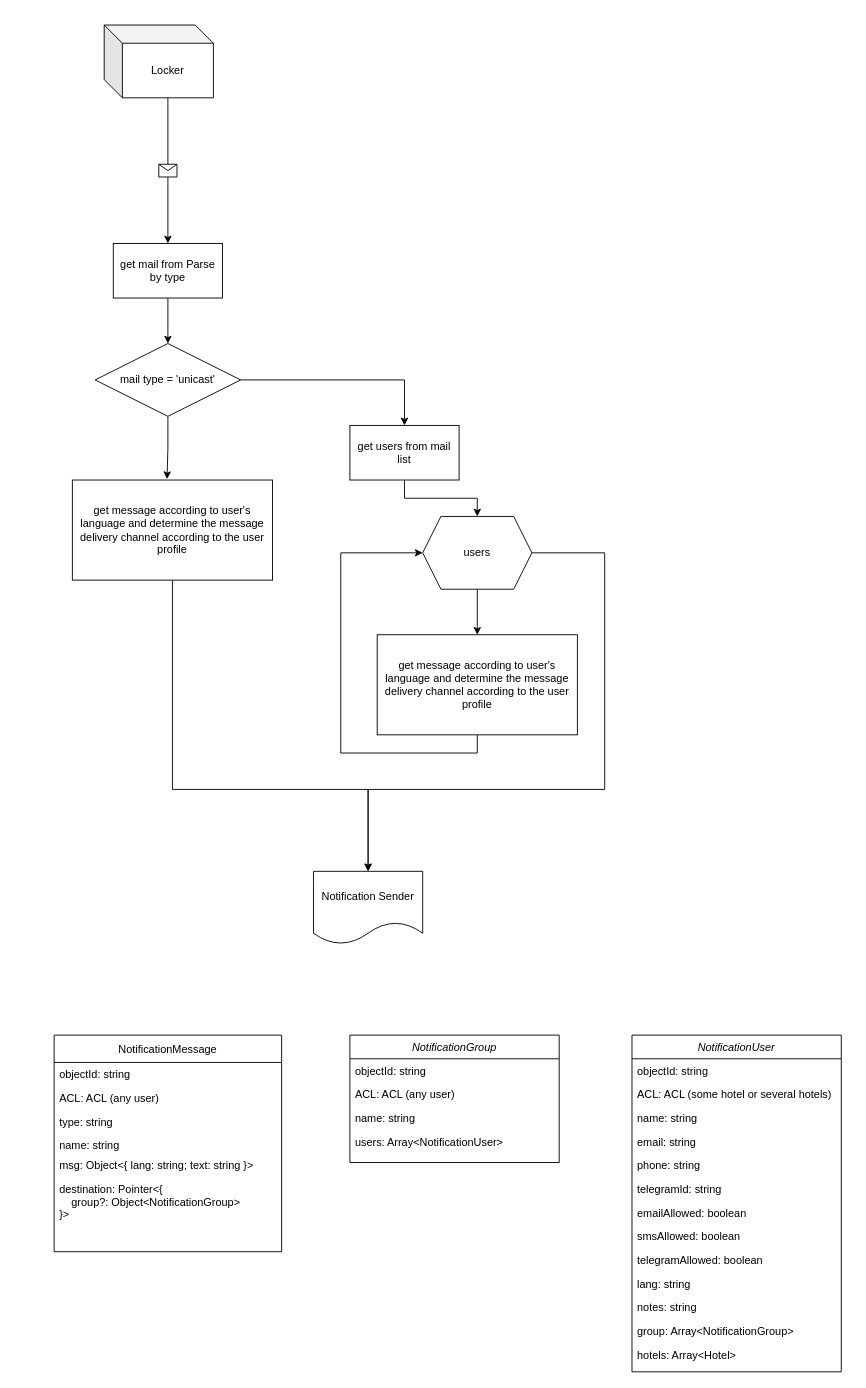
Before: page "Notification Manager" (2 of 2) of diagram.drawio in akrnv25/hotel-notifications, a draw.io diagram. Source tidied: cells renumbered, new cells numbered last; positions are measured from the earlier drawing's top-left corner, leaving out a move shared by most shapes. Both pictures are drawn from the tidied source at 91%, with x=0, y=0 at pixel (54, 25).
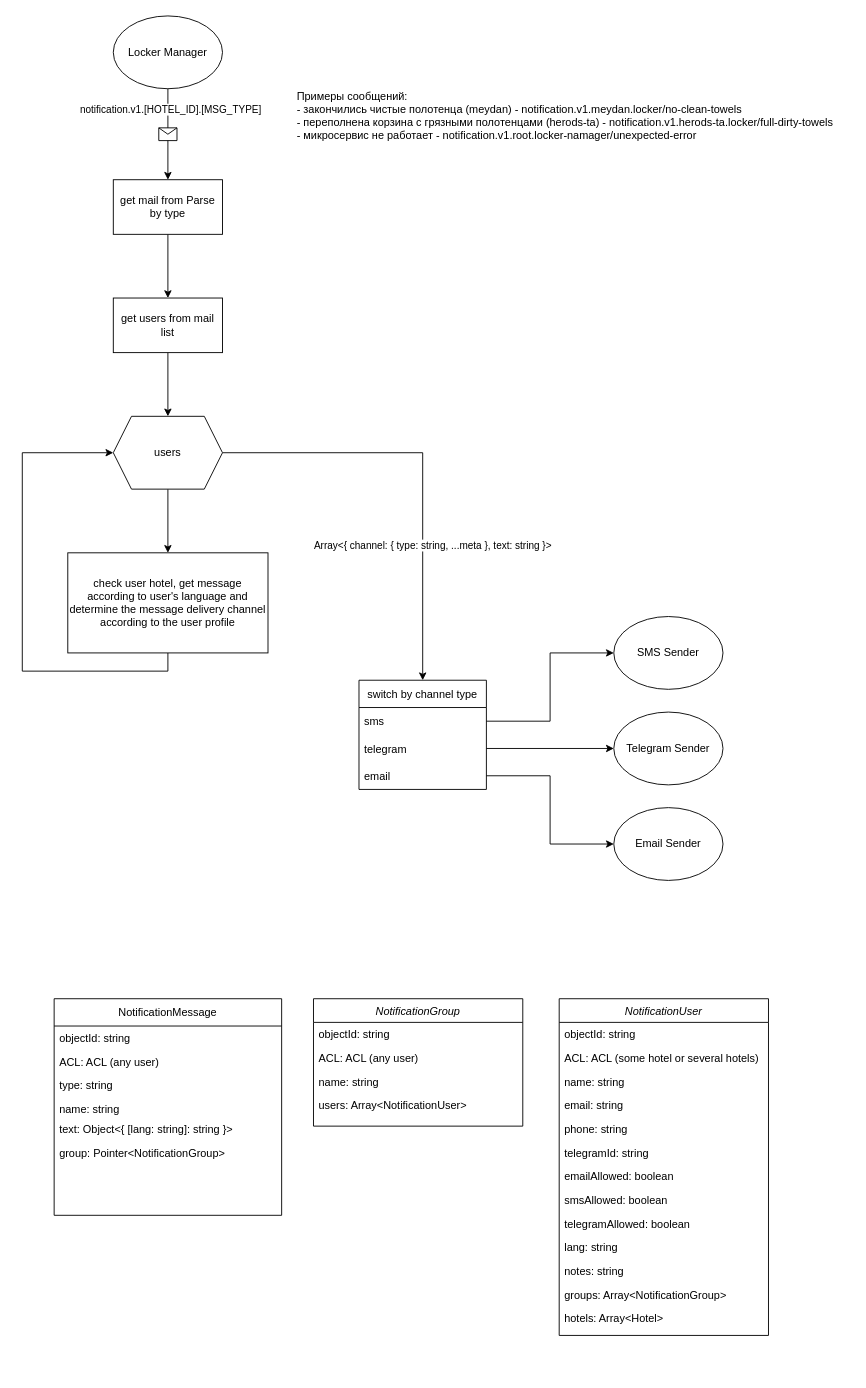
The same diagram, later.

The edit, as a diff of the source:
```diff
@@
-    <mxCell id="2" value="Locker" style="shape=cube;whiteSpace=wrap;html=1;boundedLbl=1;backgroundOutline=1;darkOpacity=0.05;darkOpacity2=0.1;" parent="1" vertex="1">
-      <mxGeometry x="55" width="120" height="80" as="geometry" />
-    </mxCell>
-    <mxCell id="3" style="endArrow=classic;html=1;rounded=0;exitX=0;exitY=0;exitDx=70;exitDy=80;exitPerimeter=0;entryX=0.5;entryY=0;entryDx=0;entryDy=0;" parent="1" edge="1" source="2" target="13">
+    <mxCell id="3" style="endArrow=classic;html=1;rounded=0;exitX=0.5;exitY=1;exitDx=0;exitDy=0;entryX=0.5;entryY=0;entryDx=0;entryDy=0;" parent="1" edge="1" source="50" target="13">
       <mxGeometry relative="1" as="geometry" />
     </mxCell>
@@
+    <mxCell id="46" value="notification.v1.[HOTEL_ID].[MSG_TYPE]" style="edgeLabel;html=1;align=center;verticalAlign=middle;" parent="3" vertex="1">
+      <mxGeometry x="-0.56" y="2" relative="1" as="geometry" />
+    </mxCell>
     <mxCell id="5" value="NotificationMessage" style="swimlane;fontStyle=0;horizontal=1;startSize=30;" parent="1" vertex="1">
-      <mxGeometry y="1110" width="250" height="238" as="geometry" />
+      <mxGeometry y="1070" width="250" height="238" as="geometry" />
     </mxCell>
@@
-    <mxCell id="10" value="msg: Object&lt;{ lang: string; text: string }&gt;" style="text;align=left;verticalAlign=top;spacingLeft=4;spacingRight=4;overflow=hidden;rounded=0;shadow=0;html=0;" parent="5" vertex="1">
+    <mxCell id="10" value="text: Object&lt;{ [lang: string]: string }&gt;" style="text;align=left;verticalAlign=top;spacingLeft=4;spacingRight=4;overflow=hidden;rounded=0;shadow=0;html=0;" parent="5" vertex="1">
       <mxGeometry y="130" width="250" height="26" as="geometry" />
     </mxCell>
-    <mxCell id="11" value="destination: Pointer&lt;{&#10;    group?: Object&lt;NotificationGroup&gt;&#10;}&gt;" style="text;align=left;verticalAlign=top;spacingLeft=4;spacingRight=4;overflow=hidden;rounded=0;shadow=0;html=0;" parent="5" vertex="1">
+    <mxCell id="11" value="group: Pointer&lt;NotificationGroup&gt;" style="text;align=left;verticalAlign=top;spacingLeft=4;spacingRight=4;overflow=hidden;rounded=0;shadow=0;html=0;" parent="5" vertex="1">
       <mxGeometry y="156" width="250" height="82" as="geometry" />
     </mxCell>
-    <mxCell id="12" style="edgeStyle=orthogonalEdgeStyle;rounded=0;jettySize=auto;html=1;exitX=0.5;exitY=1;exitDx=0;exitDy=0;entryX=0.5;entryY=0;entryDx=0;entryDy=0;" parent="1" edge="1" source="13" target="16">
+    <mxCell id="12" style="edgeStyle=orthogonalEdgeStyle;rounded=0;jettySize=auto;html=1;exitX=0.5;exitY=1;exitDx=0;exitDy=0;entryX=0.5;entryY=0;entryDx=0;entryDy=0;" parent="1" edge="1" source="13" target="18">
       <mxGeometry relative="1" as="geometry" />
     </mxCell>
     <mxCell id="13" value="get mail from Parse by type" style="rounded=0;whiteSpace=wrap;html=1;" parent="1" vertex="1">
-      <mxGeometry x="65" y="240" width="120" height="60" as="geometry" />
+      <mxGeometry x="65" y="170" width="120" height="60" as="geometry" />
     </mxCell>
-    <mxCell id="14" style="edgeStyle=orthogonalEdgeStyle;rounded=0;jettySize=auto;html=1;exitX=0.5;exitY=1;exitDx=0;exitDy=0;entryX=0.473;entryY=-0.009;entryDx=0;entryDy=0;entryPerimeter=0;" parent="1" edge="1" source="16" target="25">
-      <mxGeometry relative="1" as="geometry" />
-    </mxCell>
-    <mxCell id="15" style="edgeStyle=orthogonalEdgeStyle;rounded=0;jettySize=auto;html=1;exitX=1;exitY=0.5;exitDx=0;exitDy=0;" parent="1" edge="1" source="16" target="18">
-      <mxGeometry relative="1" as="geometry" />
-    </mxCell>
-    <mxCell id="16" value="mail type = 'unicast'" style="rhombus;whiteSpace=wrap;html=1;" parent="1" vertex="1">
-      <mxGeometry x="45" y="350" width="160" height="80" as="geometry" />
-    </mxCell>
@@
     <mxCell id="18" value="get users from mail list" style="rounded=0;whiteSpace=wrap;html=1;" parent="1" vertex="1">
-      <mxGeometry x="325" y="440" width="120" height="60" as="geometry" />
+      <mxGeometry x="65" y="300" width="120" height="60" as="geometry" />
     </mxCell>
@@
-    <mxCell id="20" style="edgeStyle=orthogonalEdgeStyle;rounded=0;jettySize=auto;html=1;exitX=1;exitY=0.5;exitDx=0;exitDy=0;entryX=0.5;entryY=0;entryDx=0;entryDy=0;" parent="1" edge="1" source="21" target="26">
-      <mxGeometry relative="1" as="geometry">
-        <Array as="points">
-          <mxPoint x="605" y="580" />
-          <mxPoint x="605" y="840" />
-          <mxPoint x="345" y="840" />
-        </Array>
-      </mxGeometry>
-    </mxCell>
+    <mxCell id="47" style="edgeStyle=orthogonalEdgeStyle;rounded=0;jettySize=auto;html=1;exitX=1;exitY=0.5;exitDx=0;exitDy=0;entryX=0.5;entryY=0;entryDx=0;entryDy=0;" parent="1" edge="1" source="21" target="51">
+      <mxGeometry relative="1" as="geometry" />
+    </mxCell>
+    <mxCell id="48" value="Array&amp;lt;{ channel: { type: string, ...meta }, text: string }&amp;gt;" style="edgeLabel;html=1;align=center;verticalAlign=middle;" parent="47" vertex="1">
+      <mxGeometry x="0.2" y="-1" relative="1" as="geometry">
+        <mxPoint x="11" y="39" as="offset" />
+      </mxGeometry>
+    </mxCell>
     <mxCell id="21" value="users" style="shape=hexagon;perimeter=hexagonPerimeter2;whiteSpace=wrap;html=1;fixedSize=1;" parent="1" vertex="1">
-      <mxGeometry x="405" y="540" width="120" height="80" as="geometry" />
+      <mxGeometry x="65" y="430" width="120" height="80" as="geometry" />
     </mxCell>
     <mxCell id="22" style="edgeStyle=orthogonalEdgeStyle;rounded=0;jettySize=auto;html=1;exitX=0.5;exitY=1;exitDx=0;exitDy=0;entryX=0;entryY=0.5;entryDx=0;entryDy=0;" parent="1" edge="1" source="23" target="21">
       <mxGeometry relative="1" as="geometry">
         <Array as="points">
-          <mxPoint x="465" y="800" />
-          <mxPoint x="315" y="800" />
-          <mxPoint x="315" y="580" />
+          <mxPoint x="125" y="710" />
+          <mxPoint x="-35" y="710" />
+          <mxPoint x="-35" y="470" />
         </Array>
       </mxGeometry>
     </mxCell>
-    <mxCell id="23" value="get message according to user's language and determine the message delivery channel according to the user profile" style="rounded=0;whiteSpace=wrap;html=1;" parent="1" vertex="1">
-      <mxGeometry x="355" y="670" width="220" height="110" as="geometry" />
+    <mxCell id="23" value="check user hotel, get message according to user's language and determine the message delivery channel according to the user profile" style="rounded=0;whiteSpace=wrap;html=1;" parent="1" vertex="1">
+      <mxGeometry x="15" y="580" width="220" height="110" as="geometry" />
     </mxCell>
-    <mxCell id="24" style="edgeStyle=orthogonalEdgeStyle;rounded=0;jettySize=auto;html=1;exitX=0.5;exitY=1;exitDx=0;exitDy=0;entryX=0.5;entryY=0;entryDx=0;entryDy=0;" parent="1" edge="1" source="25" target="26">
-      <mxGeometry relative="1" as="geometry">
-        <Array as="points">
-          <mxPoint x="130" y="840" />
-          <mxPoint x="345" y="840" />
-        </Array>
-      </mxGeometry>
-    </mxCell>
-    <mxCell id="25" value="get message according to user's language and determine the message delivery channel according to the user profile" style="rounded=0;whiteSpace=wrap;html=1;" parent="1" vertex="1">
-      <mxGeometry x="20" y="500" width="220" height="110" as="geometry" />
-    </mxCell>
-    <mxCell id="26" value="Notification Sender" style="shape=document;whiteSpace=wrap;html=1;boundedLbl=1;" parent="1" vertex="1">
-      <mxGeometry x="285" y="930" width="120" height="80" as="geometry" />
-    </mxCell>
     <mxCell id="27" value="NotificationGroup" style="swimlane;fontStyle=2;align=center;verticalAlign=top;horizontal=1;startSize=26;rounded=0;shadow=0;strokeWidth=1;" parent="1" vertex="1">
-      <mxGeometry x="325" y="1110" width="230" height="140" as="geometry" />
+      <mxGeometry x="285" y="1070" width="230" height="140" as="geometry" />
     </mxCell>
@@
     <mxCell id="32" value="NotificationUser" style="swimlane;fontStyle=2;align=center;verticalAlign=top;horizontal=1;startSize=26;rounded=0;shadow=0;strokeWidth=1;" parent="1" vertex="1">
-      <mxGeometry x="635" y="1110" width="230" height="370" as="geometry" />
+      <mxGeometry x="555" y="1070" width="230" height="370" as="geometry" />
     </mxCell>
@@
-    <mxCell id="44" value="group: Array&lt;NotificationGroup&gt;" style="text;align=left;verticalAlign=top;spacingLeft=4;spacingRight=4;overflow=hidden;rounded=0;shadow=0;html=0;" parent="32" vertex="1">
+    <mxCell id="44" value="groups: Array&lt;NotificationGroup&gt;" style="text;align=left;verticalAlign=top;spacingLeft=4;spacingRight=4;overflow=hidden;rounded=0;shadow=0;html=0;" parent="32" vertex="1">
       <mxGeometry y="312" width="230" height="26" as="geometry" />
     </mxCell>
@@
+    <mxCell id="49" value="Примеры сообщений:&lt;br&gt;- закончились чистые полотенца (meydan) - notification.v1.meydan.locker/no-clean-towels&lt;br&gt;- переполнена корзина с грязными полотенцами (herods-ta) - notification.v1.herods-ta.locker/full-dirty-towels&lt;br&gt;- микросервис не работает - notification.v1.root.locker-namager/unexpected-error" style="text;html=1;align=left;verticalAlign=middle;strokeColor=none;fillColor=none;" parent="1" vertex="1">
+      <mxGeometry x="265" y="70" width="610" height="60" as="geometry" />
+    </mxCell>
+    <mxCell id="50" value="Locker Manager" style="ellipse;whiteSpace=wrap;html=1;" parent="1" vertex="1">
+      <mxGeometry x="65" y="-10" width="120" height="80" as="geometry" />
+    </mxCell>
+    <mxCell id="51" value="switch by channel type" style="swimlane;fontStyle=0;horizontal=1;startSize=30;" parent="1" vertex="1">
+      <mxGeometry x="335" y="720" width="140" height="120" as="geometry" />
+    </mxCell>
+    <mxCell id="52" value="sms" style="text;strokeColor=none;fillColor=none;align=left;verticalAlign=middle;spacingLeft=4;spacingRight=4;overflow=hidden;points=[[0,0.5],[1,0.5]];portConstraint=eastwest;" parent="51" vertex="1">
+      <mxGeometry y="30" width="140" height="30" as="geometry" />
+    </mxCell>
+    <mxCell id="53" value="telegram" style="text;strokeColor=none;fillColor=none;align=left;verticalAlign=middle;spacingLeft=4;spacingRight=4;overflow=hidden;points=[[0,0.5],[1,0.5]];portConstraint=eastwest;" parent="51" vertex="1">
+      <mxGeometry y="60" width="140" height="30" as="geometry" />
+    </mxCell>
+    <mxCell id="54" value="email" style="text;strokeColor=none;fillColor=none;align=left;verticalAlign=middle;spacingLeft=4;spacingRight=4;overflow=hidden;points=[[0,0.5],[1,0.5]];portConstraint=eastwest;" parent="51" vertex="1">
+      <mxGeometry y="90" width="140" height="30" as="geometry" />
+    </mxCell>
+    <mxCell id="55" value="SMS Sender" style="ellipse;whiteSpace=wrap;html=1;" parent="1" vertex="1">
+      <mxGeometry x="615" y="650" width="120" height="80" as="geometry" />
+    </mxCell>
+    <mxCell id="56" value="Telegram Sender" style="ellipse;whiteSpace=wrap;html=1;" parent="1" vertex="1">
+      <mxGeometry x="615" y="755" width="120" height="80" as="geometry" />
+    </mxCell>
+    <mxCell id="57" value="Email Sender" style="ellipse;whiteSpace=wrap;html=1;" parent="1" vertex="1">
+      <mxGeometry x="615" y="860" width="120" height="80" as="geometry" />
+    </mxCell>
+    <mxCell id="58" style="edgeStyle=orthogonalEdgeStyle;rounded=0;jettySize=auto;html=1;exitX=1;exitY=0.5;exitDx=0;exitDy=0;entryX=0;entryY=0.5;entryDx=0;entryDy=0;" parent="1" edge="1" source="52" target="55">
+      <mxGeometry relative="1" as="geometry" />
+    </mxCell>
+    <mxCell id="59" style="edgeStyle=orthogonalEdgeStyle;rounded=0;jettySize=auto;html=1;exitX=1;exitY=0.5;exitDx=0;exitDy=0;entryX=0;entryY=0.5;entryDx=0;entryDy=0;" parent="1" edge="1" source="53" target="56">
+      <mxGeometry relative="1" as="geometry" />
+    </mxCell>
+    <mxCell id="60" style="edgeStyle=orthogonalEdgeStyle;rounded=0;jettySize=auto;html=1;exitX=1;exitY=0.5;exitDx=0;exitDy=0;entryX=0;entryY=0.5;entryDx=0;entryDy=0;" parent="1" edge="1" source="54" target="57">
+      <mxGeometry relative="1" as="geometry" />
+    </mxCell>
```
